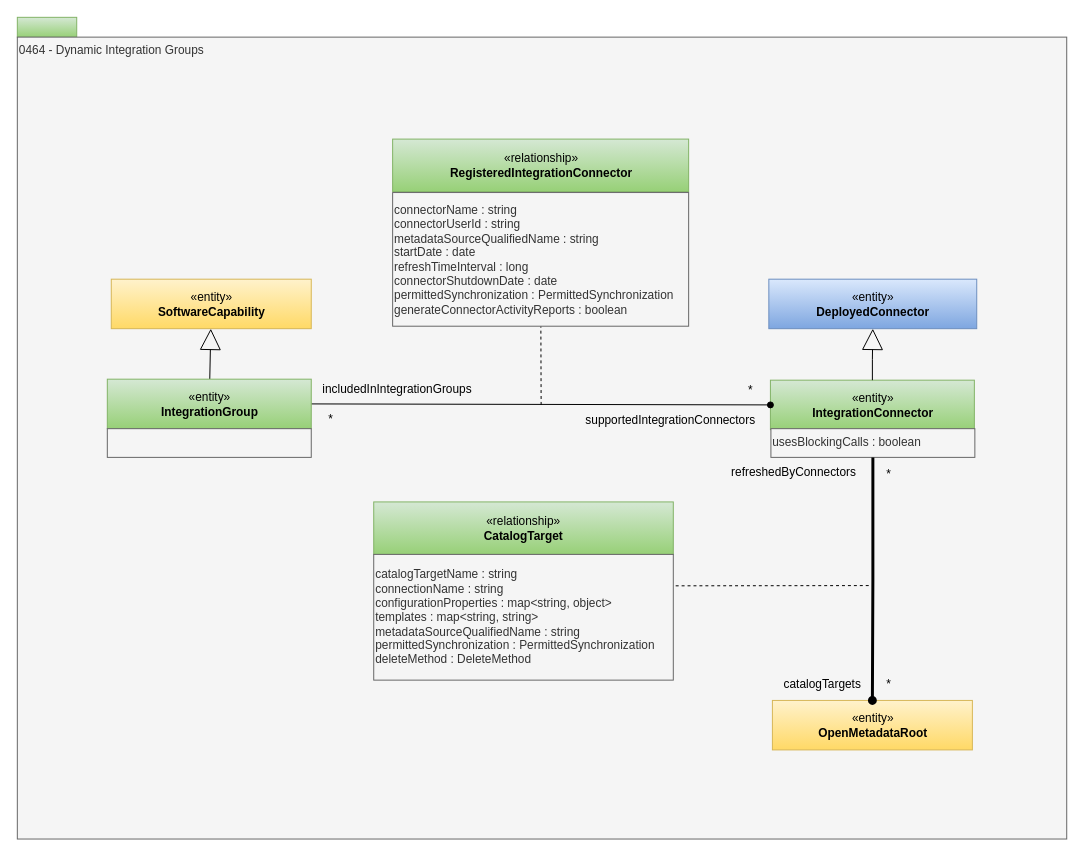
Before: page "0464-Dynamic-Integration-Groups" (24 of 30) of site/docs/types/4/area-4-governance.drawio in odpi/egeria-docs, a draw.io diagram. Source tidied: cells renumbered, new cells numbered last; positions are measured from the earlier drawing's top-left corner, leaving out a move shared by most shapes. Both pictures are drawn from the tidied source at 99%, with x=0, y=0 at pixel (17, 17).
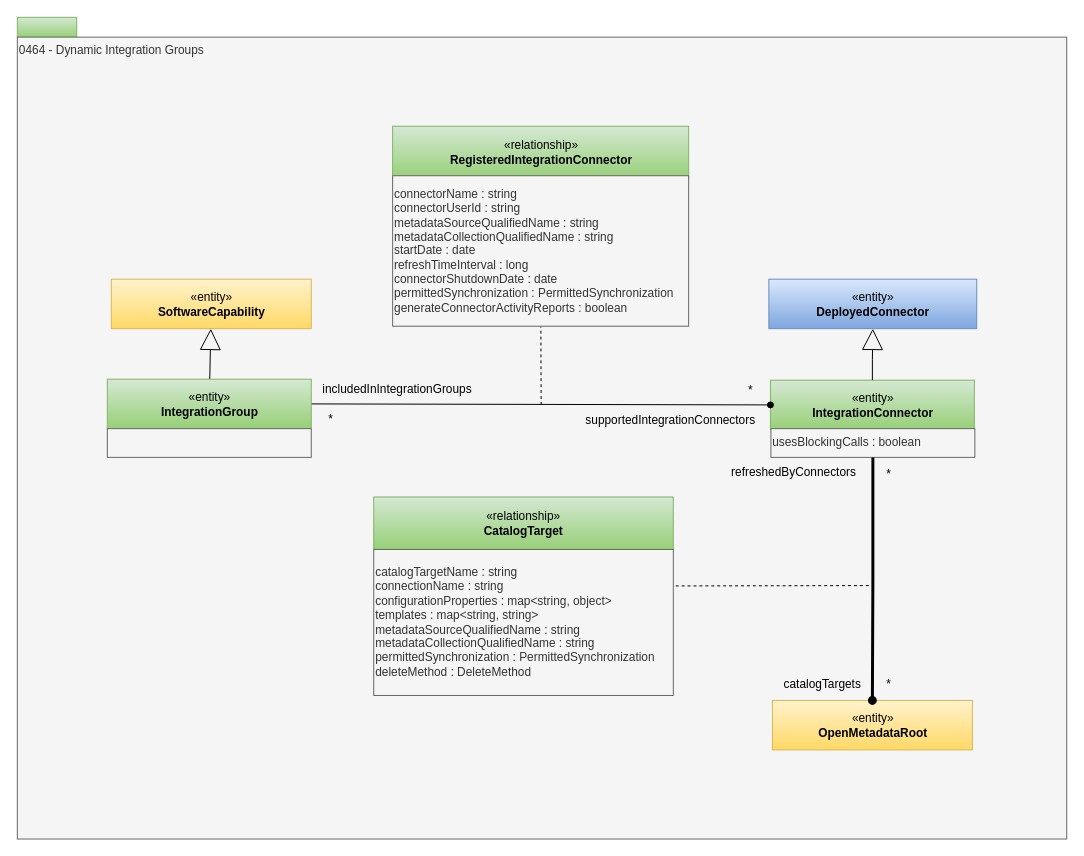
The same diagram, later.

What changed in the source:
```diff
@@
     <mxCell id="7" value="«relationship»&lt;br&gt;&lt;b&gt;RegisteredIntegrationConnector&lt;/b&gt;" style="html=1;strokeColor=#82b366;align=center;fillColor=#d5e8d4;gradientColor=#97d077;" parent="1" vertex="1">
-      <mxGeometry x="379.1" y="123" width="299" height="53" as="geometry" />
+      <mxGeometry x="379.1" y="110" width="299" height="53" as="geometry" />
     </mxCell>
@@
-    <mxCell id="11" value="connectorName : string&lt;br&gt;connectorUserId : string&lt;br&gt;metadataSourceQualifiedName : string&lt;br&gt;startDate : date&lt;br&gt;refreshTimeInterval : long&lt;br&gt;connectorShutdownDate : date&lt;br&gt;permittedSynchronization : PermittedSynchronization&lt;div&gt;generateConnectorActivityReports : boolean&lt;/div&gt;" style="rounded=0;whiteSpace=wrap;html=1;strokeColor=#666666;align=left;fillColor=#f5f5f5;fontColor=#333333;" parent="1" vertex="1">
-      <mxGeometry x="379.1" y="177" width="299" height="135" as="geometry" />
+    <mxCell id="11" value="connectorName : string&lt;br&gt;connectorUserId : string&lt;br&gt;metadataSourceQualifiedName : string&lt;br&gt;metadataCollectionQualifiedName : string&lt;br&gt;startDate : date&lt;br&gt;refreshTimeInterval : long&lt;br&gt;connectorShutdownDate : date&lt;br&gt;permittedSynchronization : PermittedSynchronization&lt;div&gt;generateConnectorActivityReports : boolean&lt;/div&gt;" style="rounded=0;whiteSpace=wrap;html=1;strokeColor=#666666;align=left;fillColor=#f5f5f5;fontColor=#333333;" parent="1" vertex="1">
+      <mxGeometry x="379.1" y="160" width="299" height="152" as="geometry" />
     </mxCell>
@@
     <mxCell id="21" value="«relationship»&lt;br&gt;&lt;b&gt;CatalogTarget&lt;/b&gt;" style="html=1;strokeColor=#82b366;align=center;fillColor=#d5e8d4;gradientColor=#97d077;" parent="1" vertex="1">
-      <mxGeometry x="360" y="489.5" width="302.6" height="53" as="geometry" />
+      <mxGeometry x="360" y="484.5" width="302.6" height="53" as="geometry" />
     </mxCell>
@@
-    <mxCell id="23" value="catalogTargetName : string&lt;div&gt;connectionName : string&lt;br&gt;configurationProperties : map&amp;lt;string, object&amp;gt;&lt;/div&gt;&lt;div&gt;templates : map&amp;lt;string, string&amp;gt;&lt;br&gt;metadataSourceQualifiedName : string&lt;/div&gt;&lt;div&gt;permittedSynchronization : PermittedSynchronization&lt;/div&gt;&lt;div&gt;deleteMethod : DeleteMethod&lt;/div&gt;" style="rounded=0;whiteSpace=wrap;html=1;strokeColor=#666666;align=left;fillColor=#f5f5f5;fontColor=#333333;" parent="1" vertex="1">
-      <mxGeometry x="360" y="542.5" width="302.6" height="127" as="geometry" />
+    <mxCell id="23" value="catalogTargetName : string&lt;div&gt;connectionName : string&lt;br&gt;configurationProperties : map&amp;lt;string, object&amp;gt;&lt;/div&gt;&lt;div&gt;templates : map&amp;lt;string, string&amp;gt;&lt;br&gt;metadataSourceQualifiedName : string&lt;/div&gt;&lt;div&gt;metadataCollectionQualifiedName : string&lt;br&gt;&lt;/div&gt;&lt;div&gt;permittedSynchronization : PermittedSynchronization&lt;/div&gt;&lt;div&gt;deleteMethod : DeleteMethod&lt;/div&gt;" style="rounded=0;whiteSpace=wrap;html=1;strokeColor=#666666;align=left;fillColor=#f5f5f5;fontColor=#333333;" parent="1" vertex="1">
+      <mxGeometry x="360" y="537.5" width="302.6" height="147.5" as="geometry" />
     </mxCell>
```
